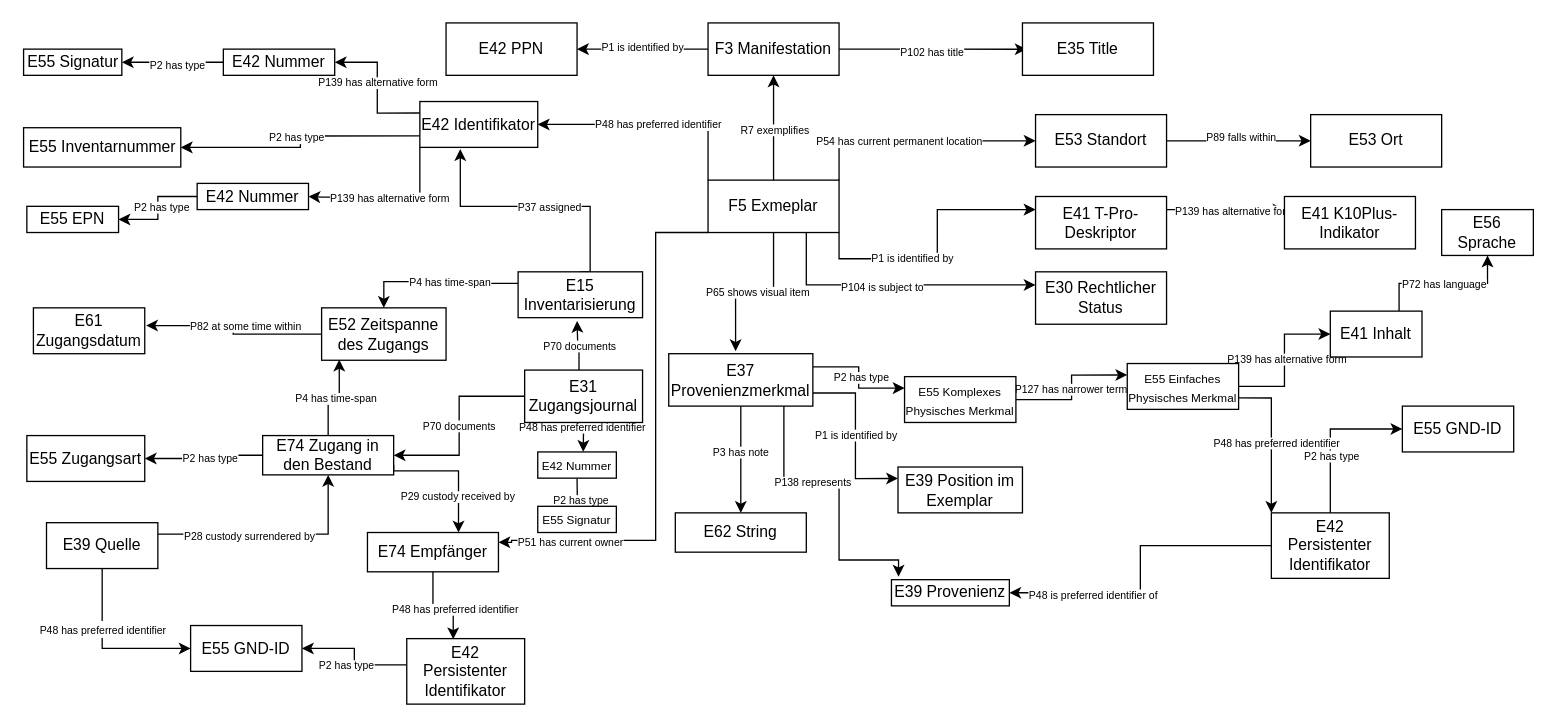
Earlier version of the draw.io diagram draft1_domain ontology library provenance.drawio (flxfschr/library-provenance-research). Source tidied: cells renumbered, new cells numbered last; positions are measured from the earlier drawing's top-left corner, leaving out a move shared by most shapes. Both pictures are drawn from the tidied source at 131%, with x=0, y=0 at pixel (24, 22).
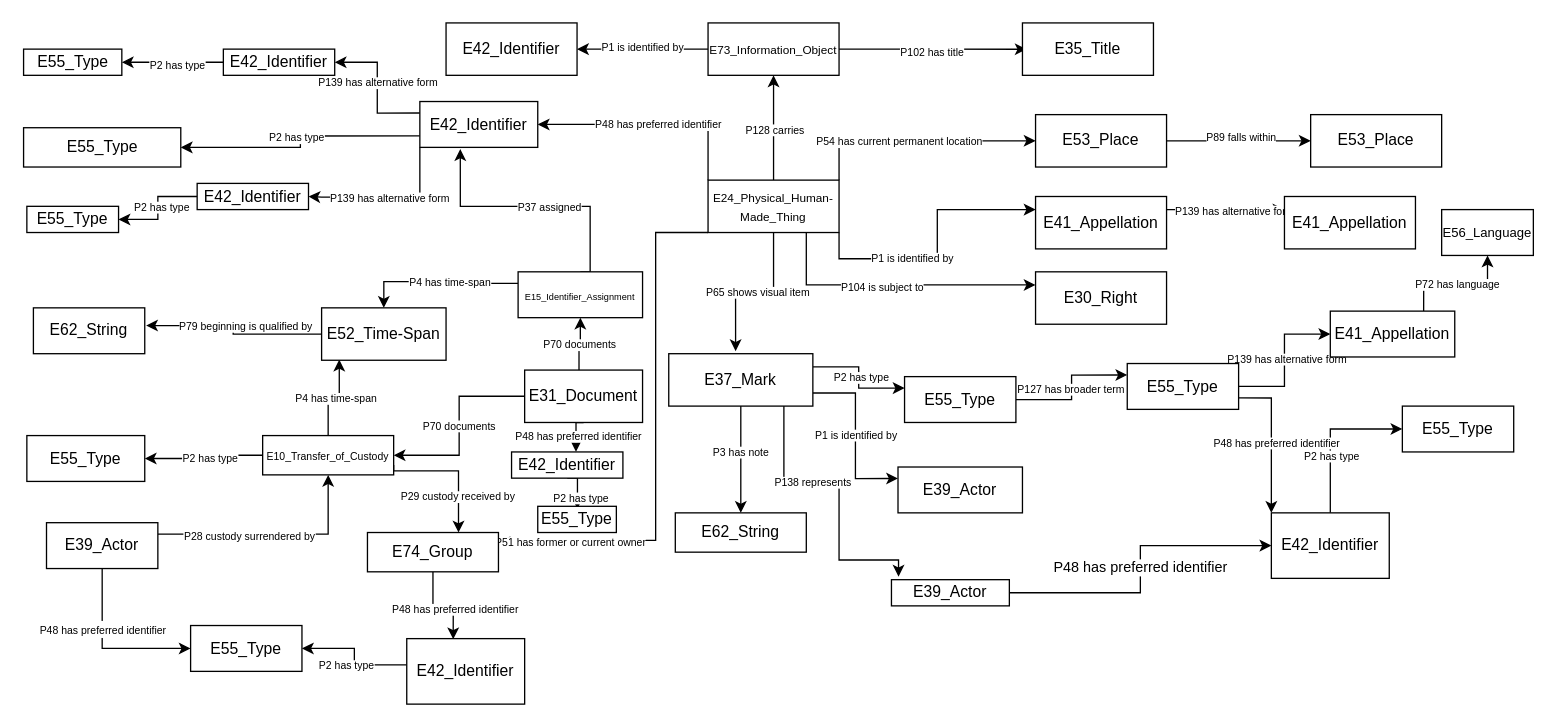
Above is the later version.

The change refers to these unchanged cells:
```xml
<mxCell id="2" value=" " style="edgeStyle=orthogonalEdgeStyle;rounded=0;jettySize=auto;html=1;fontSize=12;arcSize=12;exitX=0.5;exitY=0;exitDx=0;exitDy=0;entryX=0.5;entryY=1;entryDx=0;entryDy=0;" parent="1" edge="1" source="77" target="14">
  <mxGeometry relative="1" as="geometry" />
</mxCell>
<mxCell id="36" style="edgeStyle=orthogonalEdgeStyle;rounded=0;jettySize=auto;html=1;exitX=0;exitY=0.5;exitDx=0;exitDy=0;entryX=1.012;entryY=0.386;entryDx=0;entryDy=0;entryPerimeter=0;" parent="1" edge="1" source="104" target="103">
  <mxGeometry relative="1" as="geometry" />
</mxCell>
<mxCell id="48" style="edgeStyle=orthogonalEdgeStyle;rounded=0;jettySize=auto;html=1;exitX=0;exitY=1;exitDx=0;exitDy=0;entryX=1;entryY=0.25;entryDx=0;entryDy=0;" parent="1" edge="1" source="77" target="100">
  <mxGeometry relative="1" as="geometry">
    <Array as="points">
      <mxPoint x="482" y="160" />
      <mxPoint x="482" y="395" />
      <mxPoint x="372" y="395" />
    </Array>
  </mxGeometry>
</mxCell>
<mxCell id="58" style="edgeStyle=orthogonalEdgeStyle;rounded=0;jettySize=auto;html=1;exitX=1;exitY=0.5;exitDx=0;exitDy=0;entryX=0;entryY=0.25;entryDx=0;entryDy=0;" parent="1" edge="1" source="89" target="90">
  <mxGeometry relative="1" as="geometry" />
</mxCell>
<mxCell id="105" style="edgeStyle=orthogonalEdgeStyle;rounded=0;jettySize=auto;html=1;entryX=0.579;entryY=-0.005;entryDx=0;entryDy=0;entryPerimeter=0;exitX=0.5;exitY=1;exitDx=0;exitDy=0;" parent="1" edge="1" source="107" target="110">
  <mxGeometry relative="1" as="geometry" />
</mxCell>
```

The edit, as a diff of the source:
```diff
@@
-    <mxCell id="3" value="R7 exemplifies" style="edgeLabel;html=1;align=center;verticalAlign=middle;fontSize=8;arcSize=12;" parent="2" vertex="1">
+    <mxCell id="3" value="P128 carries" style="edgeLabel;html=1;align=center;verticalAlign=middle;fontSize=8;arcSize=12;" parent="2" vertex="1">
       <mxGeometry x="-0.02" relative="1" as="geometry" />
     </mxCell>
@@
-    <mxCell id="14" value="F3 Manifestation" style="whiteSpace=wrap;html=1;align=center;fontSize=12;arcSize=12;" parent="1" vertex="1">
+    <mxCell id="14" value="&lt;font style=&quot;font-size: 9px;&quot;&gt;E73_Information_Object&lt;/font&gt;" style="whiteSpace=wrap;html=1;align=center;fontSize=12;arcSize=12;" parent="1" vertex="1">
       <mxGeometry x="522" width="100" height="40" as="geometry" />
     </mxCell>
-    <mxCell id="15" value="E42 PPN" style="whiteSpace=wrap;html=1;align=center;fontSize=12;arcSize=12;" parent="1" vertex="1">
+    <mxCell id="15" value="E42_Identifier" style="whiteSpace=wrap;html=1;align=center;fontSize=12;arcSize=12;" parent="1" vertex="1">
       <mxGeometry x="322" width="100" height="40" as="geometry" />
     </mxCell>
@@
-    <mxCell id="37" value="P82 at some time within" style="edgeLabel;html=1;align=center;verticalAlign=middle;fontSize=8;" parent="36" vertex="1">
+    <mxCell id="37" value="P79 beginning is qualified by" style="edgeLabel;html=1;align=center;verticalAlign=middle;fontSize=8;" parent="36" vertex="1">
       <mxGeometry x="0.23" relative="1" as="geometry">
         <mxPoint x="21" as="offset" />
       </mxGeometry>
     </mxCell>
@@
-    <mxCell id="44" style="edgeStyle=orthogonalEdgeStyle;rounded=0;jettySize=auto;html=1;exitX=0.461;exitY=0.063;exitDx=0;exitDy=0;entryX=0.5;entryY=1;entryDx=0;entryDy=0;exitPerimeter=0;" parent="1" edge="1" source="107">
-      <mxGeometry relative="1" as="geometry">
-        <mxPoint x="422" y="227.5" as="targetPoint" />
-      </mxGeometry>
+    <mxCell id="44" value=" " style="edgeStyle=orthogonalEdgeStyle;rounded=0;jettySize=auto;html=1;exitX=0.461;exitY=0.063;exitDx=0;exitDy=0;entryX=0.5;entryY=1;entryDx=0;entryDy=0;exitPerimeter=0;" parent="1" edge="1" source="107" target="112">
+      <mxGeometry relative="1" as="geometry" />
     </mxCell>
@@
-    <mxCell id="49" value="P51 has current owner" style="edgeLabel;html=1;align=center;verticalAlign=middle;fontSize=8;" parent="48" vertex="1">
+    <mxCell id="49" value="P51 has former or current owner" style="edgeLabel;html=1;align=center;verticalAlign=middle;fontSize=8;" parent="48" vertex="1">
       <mxGeometry x="0.72" y="1" relative="1" as="geometry" />
     </mxCell>
@@
-    <mxCell id="59" value="P127 has narrower term" style="edgeLabel;html=1;align=center;verticalAlign=middle;fontSize=8;" parent="58" vertex="1">
+    <mxCell id="59" value="P127 has broader term" style="edgeLabel;html=1;align=center;verticalAlign=middle;fontSize=8;" parent="58" vertex="1">
       <mxGeometry x="-0.02" y="1" relative="1" as="geometry" />
     </mxCell>
@@
-    <mxCell id="68" style="edgeStyle=orthogonalEdgeStyle;rounded=0;jettySize=auto;html=1;exitX=0;exitY=0.5;exitDx=0;exitDy=0;entryX=1;entryY=0.5;entryDx=0;entryDy=0;" parent="1" edge="1" source="94" target="87">
-      <mxGeometry relative="1" as="geometry" />
-    </mxCell>
-    <mxCell id="69" value="P48 is preferred identifier of" style="edgeLabel;html=1;align=center;verticalAlign=middle;fontSize=8;" parent="68" vertex="1">
-      <mxGeometry x="0.47" y="1" relative="1" as="geometry" />
-    </mxCell>
@@
-    <mxCell id="76" value="E35 Title" style="whiteSpace=wrap;html=1;align=center;fontSize=12;arcSize=12;" parent="1" vertex="1">
+    <mxCell id="76" value="E35_Title" style="whiteSpace=wrap;html=1;align=center;fontSize=12;arcSize=12;" parent="1" vertex="1">
       <mxGeometry x="762" width="100" height="40" as="geometry" />
     </mxCell>
-    <mxCell id="77" value="F5 Exmeplar" style="whiteSpace=wrap;html=1;align=center;fontSize=12;arcSize=12;" parent="1" vertex="1">
+    <mxCell id="77" value="&lt;font style=&quot;font-size: 9px;&quot;&gt;E24_Physical_Human-Made_Thing&lt;/font&gt;" style="whiteSpace=wrap;html=1;align=center;fontSize=12;arcSize=12;" parent="1" vertex="1">
       <mxGeometry x="522" y="120" width="100" height="40" as="geometry" />
     </mxCell>
-    <mxCell id="78" value="E53 Standort" style="whiteSpace=wrap;html=1;align=center;fontSize=12;arcSize=12;" parent="1" vertex="1">
+    <mxCell id="78" value="E53_Place" style="whiteSpace=wrap;html=1;align=center;fontSize=12;arcSize=12;" parent="1" vertex="1">
       <mxGeometry x="772" y="70" width="100" height="40" as="geometry" />
     </mxCell>
-    <mxCell id="79" value="E53 Ort" style="whiteSpace=wrap;html=1;align=center;fontSize=12;arcSize=12;" parent="1" vertex="1">
+    <mxCell id="79" value="E53_Place" style="whiteSpace=wrap;html=1;align=center;fontSize=12;arcSize=12;" parent="1" vertex="1">
       <mxGeometry x="982" y="70" width="100" height="40" as="geometry" />
     </mxCell>
-    <mxCell id="80" value="E41 T-Pro-Deskriptor" style="whiteSpace=wrap;html=1;align=center;fontSize=12;arcSize=12;" parent="1" vertex="1">
+    <mxCell id="80" value="E41_Appellation" style="whiteSpace=wrap;html=1;align=center;fontSize=12;arcSize=12;" parent="1" vertex="1">
       <mxGeometry x="772" y="132.5" width="100" height="40" as="geometry" />
     </mxCell>
-    <mxCell id="81" value="E41 K10Plus-Indikator" style="whiteSpace=wrap;html=1;align=center;fontSize=12;arcSize=12;" parent="1" vertex="1">
+    <mxCell id="81" value="E41_Appellation" style="whiteSpace=wrap;html=1;align=center;fontSize=12;arcSize=12;" parent="1" vertex="1">
       <mxGeometry x="962" y="132.5" width="100" height="40" as="geometry" />
     </mxCell>
-    <mxCell id="82" value="E30 Rechtlicher Status" style="whiteSpace=wrap;html=1;align=center;fontSize=12;arcSize=12;" parent="1" vertex="1">
+    <mxCell id="82" value="E30_Right" style="whiteSpace=wrap;html=1;align=center;fontSize=12;arcSize=12;" parent="1" vertex="1">
       <mxGeometry x="772" y="190" width="100" height="40" as="geometry" />
     </mxCell>
@@
-    <mxCell id="85" value="E37 Provenienzmerkmal" style="whiteSpace=wrap;html=1;align=center;fontSize=12;arcSize=12;" parent="1" vertex="1">
+    <mxCell id="85" value="E37_Mark" style="whiteSpace=wrap;html=1;align=center;fontSize=12;arcSize=12;" parent="1" vertex="1">
       <mxGeometry x="492" y="252.5" width="110" height="40" as="geometry" />
     </mxCell>
-    <mxCell id="86" value="E62 String" style="whiteSpace=wrap;html=1;align=center;fontSize=12;arcSize=12;" parent="1" vertex="1">
+    <mxCell id="86" value="E62_String" style="whiteSpace=wrap;html=1;align=center;fontSize=12;arcSize=12;" parent="1" vertex="1">
       <mxGeometry x="497" y="374" width="100" height="30" as="geometry" />
     </mxCell>
+    <mxCell id="119" style="edgeStyle=orthogonalEdgeStyle;rounded=0;jettySize=auto;html=1;exitX=1;exitY=0.5;exitDx=0;exitDy=0;entryX=0;entryY=0.5;entryDx=0;entryDy=0;" parent="1" edge="1" source="87" target="94">
+      <mxGeometry relative="1" as="geometry" />
+    </mxCell>
+    <mxCell id="120" value="P48 has preferred identifier" style="edgeLabel;html=1;align=center;verticalAlign=middle;" parent="119" vertex="1">
+      <mxGeometry x="0.02" y="1" relative="1" as="geometry" />
+    </mxCell>
-    <mxCell id="87" value="E39 Provenienz" style="whiteSpace=wrap;html=1;align=center;fontSize=12;arcSize=12;" parent="1" vertex="1">
+    <mxCell id="87" value="E39_Actor" style="whiteSpace=wrap;html=1;align=center;fontSize=12;arcSize=12;" parent="1" vertex="1">
       <mxGeometry x="662" y="425" width="90" height="20" as="geometry" />
     </mxCell>
-    <mxCell id="88" value="E39 Position im Exemplar" style="whiteSpace=wrap;html=1;align=center;fontSize=12;arcSize=12;" parent="1" vertex="1">
+    <mxCell id="88" value="E39_Actor" style="whiteSpace=wrap;html=1;align=center;fontSize=12;arcSize=12;" parent="1" vertex="1">
       <mxGeometry x="667" y="339" width="95" height="35" as="geometry" />
     </mxCell>
-    <mxCell id="89" value="&lt;font style=&quot;font-size: 9px;&quot;&gt;E55 Komplexes Physisches Merkmal&lt;/font&gt;" style="whiteSpace=wrap;html=1;align=center;fontSize=12;arcSize=12;" parent="1" vertex="1">
+    <mxCell id="89" value="E55_Type" style="whiteSpace=wrap;html=1;align=center;fontSize=12;arcSize=12;" parent="1" vertex="1">
       <mxGeometry x="672" y="270" width="85" height="35" as="geometry" />
     </mxCell>
-    <mxCell id="90" value="&lt;font style=&quot;font-size: 9px;&quot;&gt;E55 Einfaches Physisches Merkmal&lt;/font&gt;" style="whiteSpace=wrap;html=1;align=center;fontSize=12;arcSize=12;" parent="1" vertex="1">
+    <mxCell id="90" value="E55_Type" style="whiteSpace=wrap;html=1;align=center;fontSize=12;arcSize=12;" parent="1" vertex="1">
       <mxGeometry x="842" y="260" width="85" height="35" as="geometry" />
     </mxCell>
-    <mxCell id="91" value="E56 Sprache" style="whiteSpace=wrap;html=1;align=center;fontSize=12;arcSize=12;" parent="1" vertex="1">
+    <mxCell id="91" value="&lt;font style=&quot;font-size: 10px;&quot;&gt;E56_Language&lt;/font&gt;" style="whiteSpace=wrap;html=1;align=center;fontSize=12;arcSize=12;" parent="1" vertex="1">
       <mxGeometry x="1082" y="142.5" width="70" height="35" as="geometry" />
     </mxCell>
-    <mxCell id="92" value="E41 Inhalt" style="whiteSpace=wrap;html=1;align=center;fontSize=12;arcSize=12;" parent="1" vertex="1">
-      <mxGeometry x="997" y="220" width="70" height="35" as="geometry" />
+    <mxCell id="92" value="E41_Appellation" style="whiteSpace=wrap;html=1;align=center;fontSize=12;arcSize=12;" parent="1" vertex="1">
+      <mxGeometry x="997" y="220" width="95" height="35" as="geometry" />
     </mxCell>
-    <mxCell id="93" value="E55 GND-ID" style="whiteSpace=wrap;html=1;align=center;fontSize=12;arcSize=12;" parent="1" vertex="1">
+    <mxCell id="93" value="E55_Type" style="whiteSpace=wrap;html=1;align=center;fontSize=12;arcSize=12;" parent="1" vertex="1">
       <mxGeometry x="1052" y="292.5" width="85" height="35" as="geometry" />
     </mxCell>
-    <mxCell id="94" value="E42 Persistenter Identifikator" style="whiteSpace=wrap;html=1;align=center;fontSize=12;arcSize=12;" parent="1" vertex="1">
+    <mxCell id="94" value="E42_Identifier" style="whiteSpace=wrap;html=1;align=center;fontSize=12;arcSize=12;" parent="1" vertex="1">
       <mxGeometry x="952" y="374" width="90" height="50" as="geometry" />
     </mxCell>
-    <mxCell id="95" value="E42 Persistenter Identifikator" style="whiteSpace=wrap;html=1;align=center;fontSize=12;arcSize=12;" parent="1" vertex="1">
+    <mxCell id="95" value="E42_Identifier" style="whiteSpace=wrap;html=1;align=center;fontSize=12;arcSize=12;" parent="1" vertex="1">
       <mxGeometry x="292" y="470" width="90" height="50" as="geometry" />
     </mxCell>
-    <mxCell id="96" value="E55 GND-ID" style="whiteSpace=wrap;html=1;align=center;fontSize=12;arcSize=12;" parent="1" vertex="1">
+    <mxCell id="96" value="E55_Type" style="whiteSpace=wrap;html=1;align=center;fontSize=12;arcSize=12;" parent="1" vertex="1">
       <mxGeometry x="127" y="460" width="85" height="35" as="geometry" />
     </mxCell>
@@
-    <mxCell id="99" value="E39 Quelle" style="whiteSpace=wrap;html=1;align=center;fontSize=12;arcSize=12;" parent="1" vertex="1">
+    <mxCell id="99" value="E39_Actor" style="whiteSpace=wrap;html=1;align=center;fontSize=12;arcSize=12;" parent="1" vertex="1">
       <mxGeometry x="17" y="381.5" width="85" height="35" as="geometry" />
     </mxCell>
-    <mxCell id="100" value="E74 Empfänger" style="whiteSpace=wrap;html=1;align=center;fontSize=12;arcSize=12;" parent="1" vertex="1">
+    <mxCell id="100" value="E74_Group" style="whiteSpace=wrap;html=1;align=center;fontSize=12;arcSize=12;" parent="1" vertex="1">
       <mxGeometry x="262" y="389" width="100" height="30" as="geometry" />
     </mxCell>
-    <mxCell id="101" value="E74 Zugang in den Bestand" style="whiteSpace=wrap;html=1;align=center;fontSize=12;arcSize=12;" parent="1" vertex="1">
+    <mxCell id="101" value="&lt;font style=&quot;font-size: 8px;&quot;&gt;E10_Transfer_of_Custody&lt;/font&gt;" style="whiteSpace=wrap;html=1;align=center;fontSize=12;arcSize=12;" parent="1" vertex="1">
       <mxGeometry x="182" y="315" width="100" height="30" as="geometry" />
     </mxCell>
-    <mxCell id="102" value="E55 Zugangsart" style="whiteSpace=wrap;html=1;align=center;fontSize=12;arcSize=12;" parent="1" vertex="1">
+    <mxCell id="102" value="E55_Type" style="whiteSpace=wrap;html=1;align=center;fontSize=12;arcSize=12;" parent="1" vertex="1">
       <mxGeometry x="2" y="315" width="90" height="35" as="geometry" />
     </mxCell>
-    <mxCell id="103" value="E61 Zugangsdatum" style="whiteSpace=wrap;html=1;align=center;fontSize=12;arcSize=12;" parent="1" vertex="1">
+    <mxCell id="103" value="E62_String" style="whiteSpace=wrap;html=1;align=center;fontSize=12;arcSize=12;" parent="1" vertex="1">
       <mxGeometry x="7" y="217.5" width="85" height="35" as="geometry" />
     </mxCell>
-    <mxCell id="104" value="E52 Zeitspanne des Zugangs" style="whiteSpace=wrap;html=1;align=center;fontSize=12;arcSize=12;" parent="1" vertex="1">
+    <mxCell id="104" value="E52_Time-Span" style="whiteSpace=wrap;html=1;align=center;fontSize=12;arcSize=12;" parent="1" vertex="1">
       <mxGeometry x="227" y="217.5" width="95" height="40" as="geometry" />
     </mxCell>
@@
     <mxCell id="106" value="P48 has preferred identifier" style="edgeLabel;html=1;align=center;verticalAlign=middle;fontSize=8;" parent="105" vertex="1">
-      <mxGeometry x="-0.66" y="-1" relative="1" as="geometry" />
+      <mxGeometry x="-0.66" y="-1" relative="1" as="geometry">
+        <mxPoint y="11" as="offset" />
+      </mxGeometry>
     </mxCell>
-    <mxCell id="107" value="E31 Zugangsjournal" style="whiteSpace=wrap;html=1;align=center;fontSize=12;arcSize=12;" parent="1" vertex="1">
+    <mxCell id="107" value="E31_Document" style="whiteSpace=wrap;html=1;align=center;fontSize=12;arcSize=12;" parent="1" vertex="1">
       <mxGeometry x="382" y="265" width="90" height="40" as="geometry" />
     </mxCell>
@@
-    <mxCell id="110" value="&lt;font style=&quot;font-size: 9px;&quot;&gt;E42 Nummer&lt;/font&gt;" style="whiteSpace=wrap;html=1;align=center;fontSize=12;arcSize=12;" parent="1" vertex="1">
-      <mxGeometry x="392" y="327.5" width="60" height="20" as="geometry" />
+    <mxCell id="110" value="E42_Identifier" style="whiteSpace=wrap;html=1;align=center;fontSize=12;arcSize=12;" parent="1" vertex="1">
+      <mxGeometry x="372" y="327.5" width="85" height="20" as="geometry" />
     </mxCell>
-    <mxCell id="111" value="&lt;font style=&quot;font-size: 9px;&quot;&gt;E55 Signatur&lt;/font&gt;" style="whiteSpace=wrap;html=1;align=center;fontSize=12;arcSize=12;" parent="1" vertex="1">
+    <mxCell id="111" value="E55_Type" style="whiteSpace=wrap;html=1;align=center;fontSize=12;arcSize=12;" parent="1" vertex="1">
       <mxGeometry x="392" y="369" width="60" height="20" as="geometry" />
     </mxCell>
-    <mxCell id="112" value="E15 Inventarisierung" style="whiteSpace=wrap;html=1;align=center;fontSize=12;arcSize=12;" parent="1" vertex="1">
+    <mxCell id="112" value="&lt;font style=&quot;font-size: 7px;&quot;&gt;E15_Identifier_Assignment&lt;/font&gt;" style="whiteSpace=wrap;html=1;align=center;fontSize=12;arcSize=12;" parent="1" vertex="1">
       <mxGeometry x="377" y="190" width="95" height="35" as="geometry" />
     </mxCell>
-    <mxCell id="113" value="E42 Identifikator" style="whiteSpace=wrap;html=1;align=center;fontSize=12;arcSize=12;" parent="1" vertex="1">
+    <mxCell id="113" value="E42_Identifier" style="whiteSpace=wrap;html=1;align=center;fontSize=12;arcSize=12;" parent="1" vertex="1">
       <mxGeometry x="302" y="60" width="90" height="35" as="geometry" />
     </mxCell>
-    <mxCell id="114" value="E42 Nummer" style="whiteSpace=wrap;html=1;align=center;fontSize=12;arcSize=12;" parent="1" vertex="1">
+    <mxCell id="114" value="E42_Identifier" style="whiteSpace=wrap;html=1;align=center;fontSize=12;arcSize=12;" parent="1" vertex="1">
       <mxGeometry x="152" y="20" width="85" height="20" as="geometry" />
     </mxCell>
-    <mxCell id="115" value="E42 Nummer" style="whiteSpace=wrap;html=1;align=center;fontSize=12;arcSize=12;" parent="1" vertex="1">
+    <mxCell id="115" value="E42_Identifier" style="whiteSpace=wrap;html=1;align=center;fontSize=12;arcSize=12;" parent="1" vertex="1">
       <mxGeometry x="132" y="122.5" width="85" height="20" as="geometry" />
     </mxCell>
-    <mxCell id="116" value="E55 EPN" style="whiteSpace=wrap;html=1;align=center;fontSize=12;arcSize=12;" parent="1" vertex="1">
+    <mxCell id="116" value="E55_Type" style="whiteSpace=wrap;html=1;align=center;fontSize=12;arcSize=12;" parent="1" vertex="1">
       <mxGeometry x="2" y="140" width="70" height="20" as="geometry" />
     </mxCell>
-    <mxCell id="117" value="&lt;font&gt;E55 Inventarnummer&lt;/font&gt;" style="whiteSpace=wrap;html=1;align=center;fontSize=12;arcSize=12;" parent="1" vertex="1">
+    <mxCell id="117" value="E55_Type" style="whiteSpace=wrap;html=1;align=center;fontSize=12;arcSize=12;" parent="1" vertex="1">
       <mxGeometry x="-0.5" y="80" width="120" height="30" as="geometry" />
     </mxCell>
-    <mxCell id="118" value="E55 Signatur" style="whiteSpace=wrap;html=1;align=center;fontSize=12;arcSize=12;" parent="1" vertex="1">
+    <mxCell id="118" value="E55_Type" style="whiteSpace=wrap;html=1;align=center;fontSize=12;arcSize=12;" parent="1" vertex="1">
       <mxGeometry x="-0.5" y="20" width="75" height="20" as="geometry" />
     </mxCell>
```
